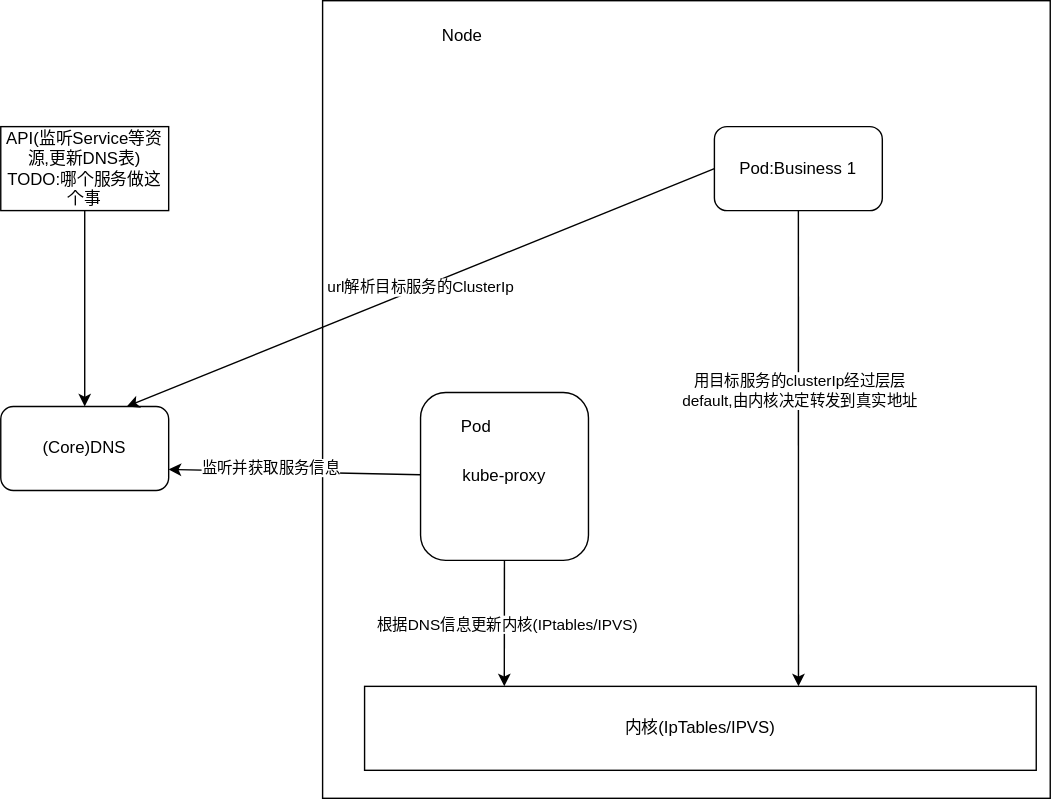
This is Kubernetes/resource/serviceRegisterAndDiscovery.drawio.svg from FanHa/fanha.github.io, a draw.io export, as it was before one commit. Source tidied: cells renumbered, new cells last; positions are measured from the earlier drawing's top-left corner, leaving out a move shared by most shapes.
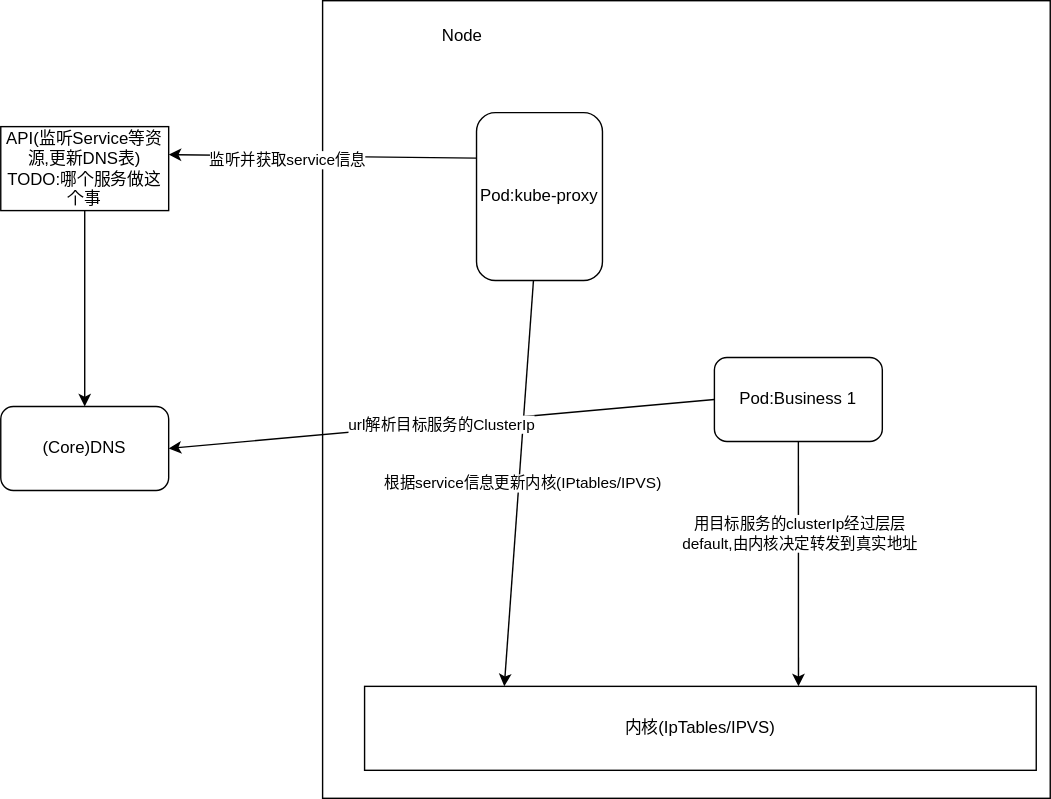
After the commit.

The edit, as a diff of the source:
```diff
@@ -8,22 +8,25 @@
     <mxCell id="3" value="Node" style="text;html=1;strokeColor=none;fillColor=none;align=center;verticalAlign=middle;whiteSpace=wrap;rounded=0;" parent="1" vertex="1">
       <mxGeometry x="300" y="10" width="60" height="30" as="geometry" />
     </mxCell>
-    <mxCell id="4" style="edgeStyle=none;html=1;entryX=1;entryY=0.75;entryDx=0;entryDy=0;" parent="1" edge="1" source="8" target="9">
-      <mxGeometry relative="1" as="geometry" />
+    <mxCell id="4" style="edgeStyle=none;html=1;entryX=1;entryY=0.75;entryDx=0;entryDy=0;exitX=0;exitY=0.75;exitDx=0;exitDy=0;" parent="1" edge="1">
+      <mxGeometry relative="1" as="geometry">
+        <mxPoint x="340" y="112.5" as="sourcePoint" />
+        <mxPoint x="120" y="110" as="targetPoint" />
+      </mxGeometry>
     </mxCell>
-    <mxCell id="5" value="监听并获取服务信息" style="edgeLabel;html=1;align=center;verticalAlign=middle;" parent="4" vertex="1">
+    <mxCell id="5" value="监听并获取service信息&lt;br&gt;" style="edgeLabel;html=1;align=center;verticalAlign=middle;" parent="4" vertex="1">
       <mxGeometry x="0.2" y="-2" relative="1" as="geometry">
-        <mxPoint y="-1" as="offset" />
+        <mxPoint x="-4" y="4" as="offset" />
       </mxGeometry>
     </mxCell>
     <mxCell id="6" style="edgeStyle=none;html=1;entryX=0.208;entryY=0;entryDx=0;entryDy=0;entryPerimeter=0;" parent="1" edge="1" source="8" target="10">
       <mxGeometry relative="1" as="geometry" />
     </mxCell>
-    <mxCell id="7" value="根据DNS信息更新内核(IPtables/IPVS)" style="edgeLabel;html=1;align=center;verticalAlign=middle;" parent="6" vertex="1">
+    <mxCell id="7" value="根据service信息更新内核(IPtables/IPVS)" style="edgeLabel;html=1;align=center;verticalAlign=middle;" parent="6" vertex="1">
       <mxGeometry y="2" relative="1" as="geometry" />
     </mxCell>
-    <mxCell id="8" value="kube-proxy" style="rounded=1;whiteSpace=wrap;html=1;" parent="1" vertex="1">
-      <mxGeometry x="300" y="280" width="120" height="120" as="geometry" />
+    <mxCell id="8" value="Pod:kube-proxy" style="rounded=1;whiteSpace=wrap;html=1;" parent="1" vertex="1">
+      <mxGeometry x="340" y="80" width="90" height="120" as="geometry" />
     </mxCell>
     <mxCell id="9" value="(Core)DNS" style="rounded=1;whiteSpace=wrap;html=1;" parent="1" vertex="1">
       <mxGeometry y="290" width="120" height="60" as="geometry" />
@@ -31,10 +34,7 @@
     <mxCell id="10" value="内核(IpTables/IPVS)" style="rounded=0;whiteSpace=wrap;html=1;" parent="1" vertex="1">
       <mxGeometry x="260" y="490" width="480" height="60" as="geometry" />
     </mxCell>
-    <mxCell id="11" value="Pod" style="text;html=1;strokeColor=none;fillColor=none;align=center;verticalAlign=middle;whiteSpace=wrap;rounded=0;" parent="1" vertex="1">
-      <mxGeometry x="310" y="290" width="60" height="30" as="geometry" />
-    </mxCell>
-    <mxCell id="12" value="url解析目标服务的ClusterIp" style="edgeStyle=none;html=1;exitX=0;exitY=0.5;exitDx=0;exitDy=0;entryX=0.75;entryY=0;entryDx=0;entryDy=0;" parent="1" edge="1" source="15" target="9">
+    <mxCell id="12" value="url解析目标服务的ClusterIp" style="edgeStyle=none;html=1;exitX=0;exitY=0.5;exitDx=0;exitDy=0;entryX=1;entryY=0.5;entryDx=0;entryDy=0;" parent="1" edge="1" source="15" target="9">
       <mxGeometry relative="1" as="geometry" />
     </mxCell>
     <mxCell id="13" style="edgeStyle=none;html=1;entryX=0.646;entryY=0;entryDx=0;entryDy=0;entryPerimeter=0;" parent="1" edge="1" source="15" target="10">
@@ -44,7 +44,7 @@
       <mxGeometry x="-0.24" relative="1" as="geometry" />
     </mxCell>
     <mxCell id="15" value="Pod:Business 1" style="rounded=1;whiteSpace=wrap;html=1;" parent="1" vertex="1">
-      <mxGeometry x="510" y="90" width="120" height="60" as="geometry" />
+      <mxGeometry x="510" y="255" width="120" height="60" as="geometry" />
     </mxCell>
     <mxCell id="16" style="edgeStyle=none;html=1;entryX=0.5;entryY=0;entryDx=0;entryDy=0;" parent="1" edge="1" source="17" target="9">
       <mxGeometry relative="1" as="geometry" />
```
